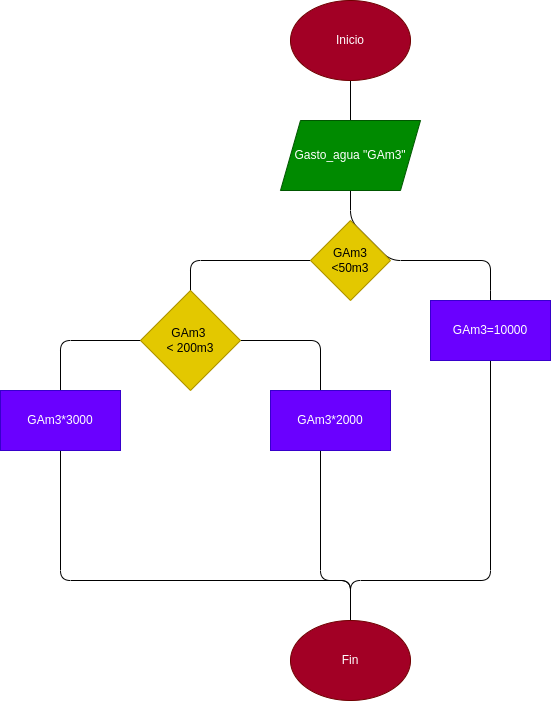
Before: 5.gastodeaguadevivienda/diagrama.png, a diagram exported from draw.io (Yalbas/Estructuras-condicionales). Source tidied: cells renumbered, new cells last; positions are measured from the earlier drawing's top-left corner, leaving out a move shared by most shapes.
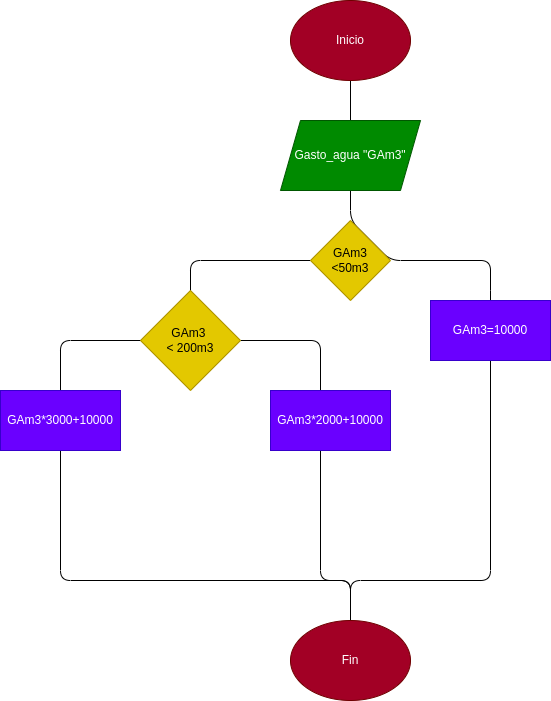
The same file after the commit.

Change to the diagram source:
```diff
@@ -52,10 +52,10 @@
     <mxCell id="9" value="GAm3&amp;nbsp;&lt;br&gt;&amp;lt; 200m3" style="rhombus;whiteSpace=wrap;html=1;fillColor=#e3c800;fontColor=#000000;strokeColor=#B09500;" parent="1" vertex="1">
       <mxGeometry x="140" y="290" width="100" height="100" as="geometry" />
     </mxCell>
-    <mxCell id="10" value="GAm3*2000" style="rounded=0;whiteSpace=wrap;html=1;fillColor=#6a00ff;fontColor=#ffffff;strokeColor=#3700CC;" parent="1" vertex="1">
+    <mxCell id="10" value="GAm3*2000+10000" style="rounded=0;whiteSpace=wrap;html=1;fillColor=#6a00ff;fontColor=#ffffff;strokeColor=#3700CC;" parent="1" vertex="1">
       <mxGeometry x="270" y="390" width="120" height="60" as="geometry" />
     </mxCell>
-    <mxCell id="11" value="GAm3*3000" style="rounded=0;whiteSpace=wrap;html=1;fillColor=#6a00ff;fontColor=#ffffff;strokeColor=#3700CC;" parent="1" vertex="1">
+    <mxCell id="11" value="GAm3*3000+10000" style="rounded=0;whiteSpace=wrap;html=1;fillColor=#6a00ff;fontColor=#ffffff;strokeColor=#3700CC;" parent="1" vertex="1">
       <mxGeometry y="390" width="120" height="60" as="geometry" />
     </mxCell>
     <mxCell id="12" value="Fin" style="ellipse;whiteSpace=wrap;html=1;fillColor=#a20025;fontColor=#ffffff;strokeColor=#6F0000;" parent="1" vertex="1">
```
